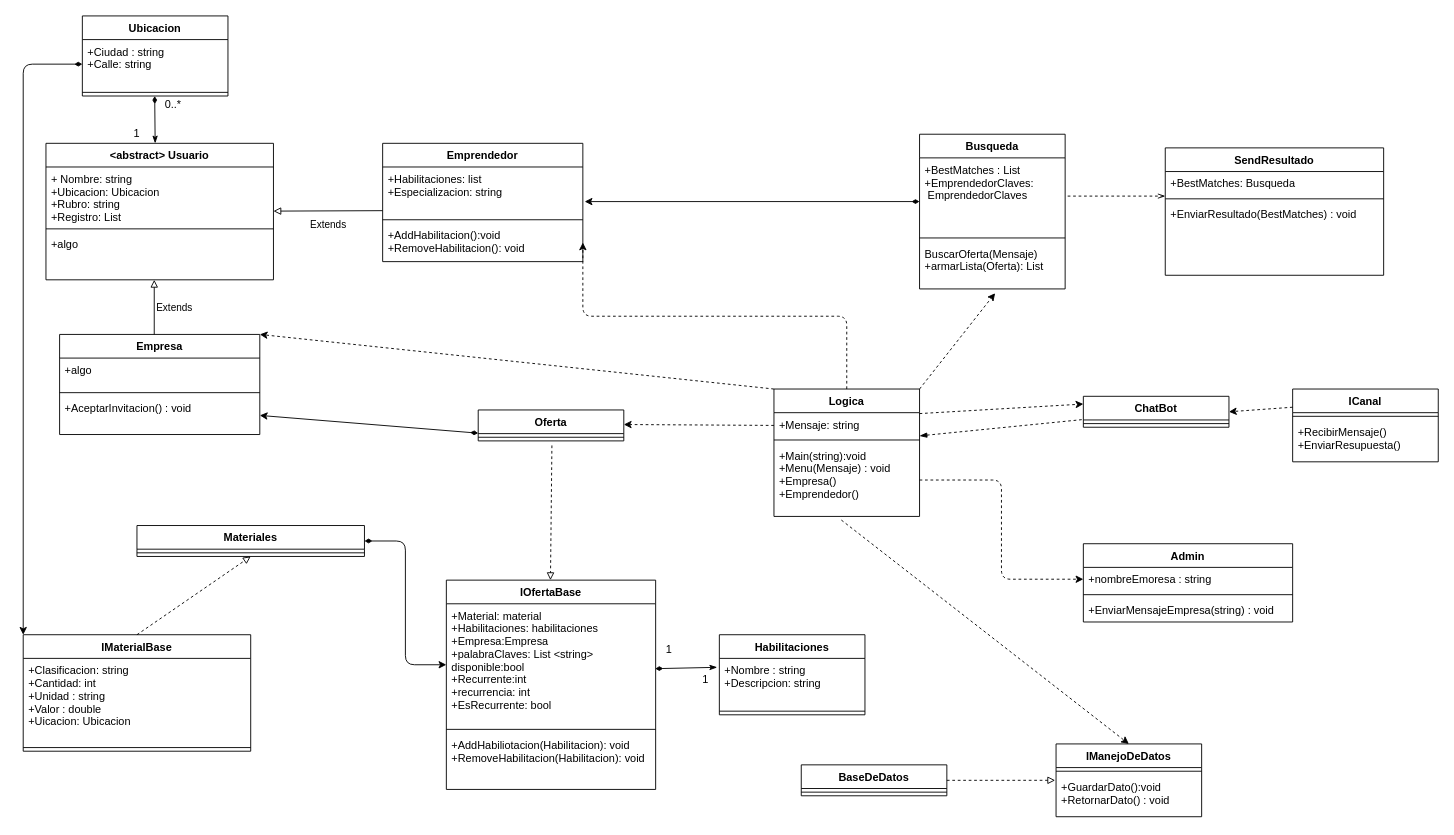
Above: docs/TelegramBotUML.drawio in dodekaucu/PII_TelegramBot_Project (draw.io), before the change. Source tidied: cells renumbered, new cells numbered last; positions are measured from the earlier drawing's top-left corner, leaving out a move shared by most shapes. Both pictures are drawn from the tidied source at 91%, with x=0, y=0 at pixel (23, 15).
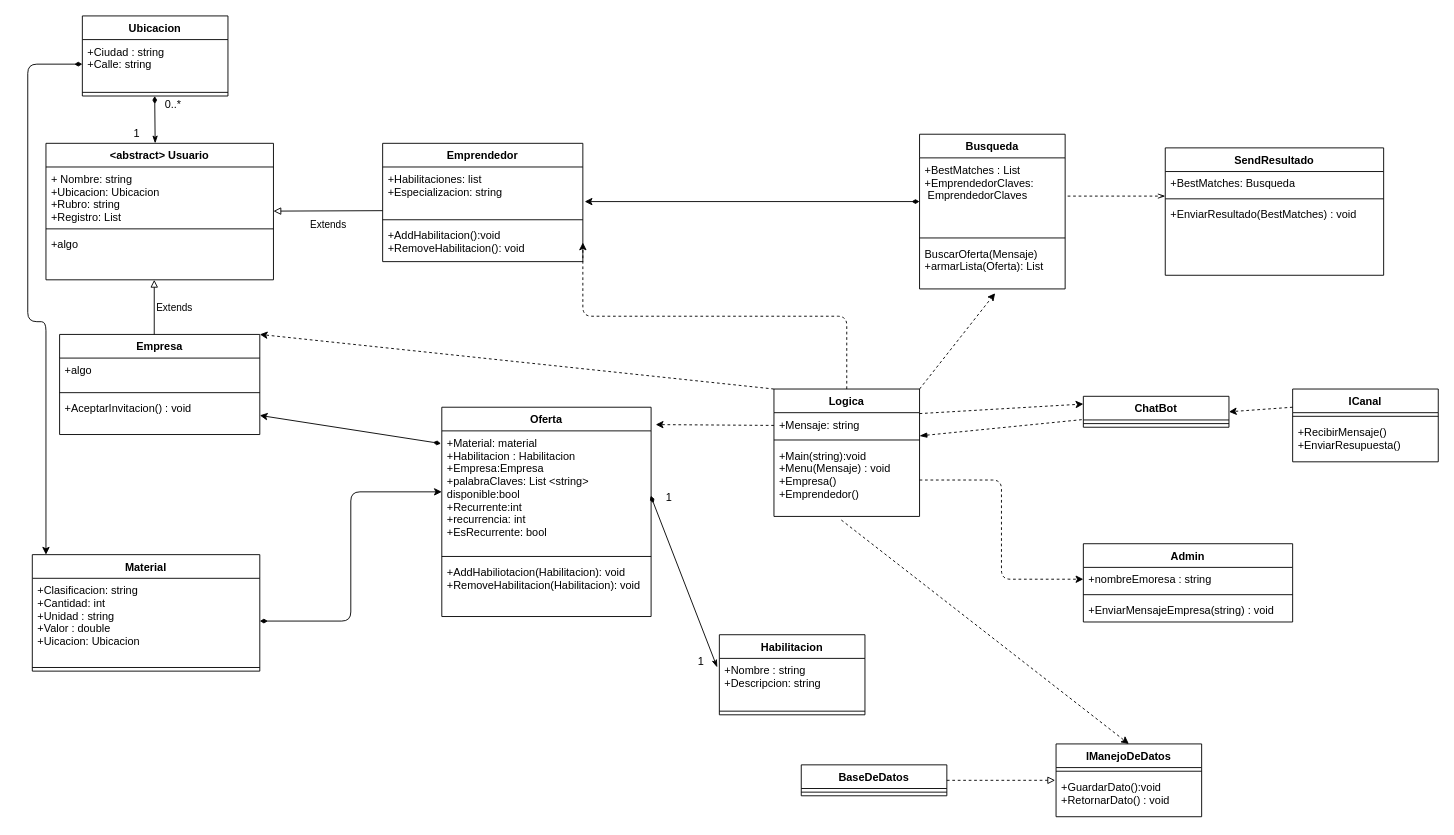
The same diagram, later.

Unchanged cells that the change refers to:
```xml
<mxCell id="13" value="+AceptarInvitacion() : void" style="text;strokeColor=none;fillColor=none;align=left;verticalAlign=top;spacingLeft=4;spacingRight=4;overflow=hidden;points=[[0,0.5],[1,0.5]];portConstraint=eastwest;" parent="10" vertex="1">
  <mxGeometry y="68" width="220" height="42" as="geometry" />
</mxCell>
<mxCell id="15" value="+Ciudad : string&#10;+Calle: string" style="text;strokeColor=none;fillColor=none;align=left;verticalAlign=top;spacingLeft=4;spacingRight=4;overflow=hidden;points=[[0,0.5],[1,0.5]];portConstraint=eastwest;" parent="14" vertex="1">
  <mxGeometry y="26" width="160" height="54" as="geometry" />
</mxCell>
<mxCell id="27" value="+Clasificacion: string&#10;+Cantidad: int&#10;+Unidad : string&#10;+Valor : double&#10;+Uicacion: Ubicacion" style="text;strokeColor=none;fillColor=none;align=left;verticalAlign=top;spacingLeft=4;spacingRight=4;overflow=hidden;points=[[0,0.5],[1,0.5]];portConstraint=eastwest;" parent="26" vertex="1">
  <mxGeometry y="26" width="250" height="94" as="geometry" />
</mxCell>
```

Diff of the diagram source:
```diff
@@
-    <mxCell id="24" value="Materiales" style="swimlane;fontStyle=1;align=center;verticalAlign=top;horizontal=1;startSize=26;" parent="1" vertex="1">
-      <mxGeometry x="125" y="560" width="250" height="34" as="geometry" />
-    </mxCell>
-    <mxCell id="25" style="line;strokeWidth=1;fillColor=none;align=left;verticalAlign=middle;spacingTop=-1;spacingLeft=3;spacingRight=3;labelPosition=right;" parent="24" vertex="1">
-      <mxGeometry y="26" width="250" height="8" as="geometry" />
-    </mxCell>
-    <mxCell id="26" value="IMaterialBase" style="swimlane;fontStyle=1;align=center;verticalAlign=top;horizontal=1;startSize=26;" parent="1" vertex="1">
-      <mxGeometry y="680" width="250" height="128" as="geometry" />
+    <mxCell id="26" value="Material" style="swimlane;fontStyle=1;align=center;verticalAlign=top;horizontal=1;startSize=26;" parent="1" vertex="1">
+      <mxGeometry x="10" y="592" width="250" height="128" as="geometry" />
     </mxCell>
@@
-    <mxCell id="29" value="IOfertaBase" style="swimlane;fontStyle=1;align=center;verticalAlign=top;horizontal=1;startSize=26;" parent="1" vertex="1">
-      <mxGeometry x="465" y="620" width="230" height="230" as="geometry" />
+    <mxCell id="29" value="Oferta" style="swimlane;fontStyle=1;align=center;verticalAlign=top;horizontal=1;startSize=26;" parent="1" vertex="1">
+      <mxGeometry x="460" y="430" width="230" height="230" as="geometry" />
     </mxCell>
-    <mxCell id="30" value="+Material: material&#10;+Habilitaciones: habilitaciones&#10;+Empresa:Empresa&#10;+palabraClaves: List &lt;string&gt;&#10;disponible:bool&#10;+Recurrente:int&#10;+recurrencia: int&#10;+EsRecurrente: bool&#10;" style="text;strokeColor=none;fillColor=none;align=left;verticalAlign=top;spacingLeft=4;spacingRight=4;overflow=hidden;points=[[0,0.5],[1,0.5]];portConstraint=eastwest;" parent="29" vertex="1">
+    <mxCell id="30" value="+Material: material&#10;+Habilitacion : Habilitacion&#10;+Empresa:Empresa&#10;+palabraClaves: List &lt;string&gt;&#10;disponible:bool&#10;+Recurrente:int&#10;+recurrencia: int&#10;+EsRecurrente: bool&#10;" style="text;strokeColor=none;fillColor=none;align=left;verticalAlign=top;spacingLeft=4;spacingRight=4;overflow=hidden;points=[[0,0.5],[1,0.5]];portConstraint=eastwest;" parent="29" vertex="1">
       <mxGeometry y="26" width="230" height="134" as="geometry" />
     </mxCell>
@@
-    <mxCell id="45" value="Habilitaciones" style="swimlane;fontStyle=1;align=center;verticalAlign=top;horizontal=1;startSize=26;" parent="1" vertex="1">
+    <mxCell id="45" value="Habilitacion" style="swimlane;fontStyle=1;align=center;verticalAlign=top;horizontal=1;startSize=26;" parent="1" vertex="1">
       <mxGeometry x="765" y="680" width="160" height="88" as="geometry" />
     </mxCell>
@@
-    <mxCell id="48" style="endArrow=block;html=1;startArrow=none;startFill=0;endFill=0;exitX=0.506;exitY=1.077;exitDx=0;exitDy=0;exitPerimeter=0;dashed=1;" parent="1" edge="1">
-      <mxGeometry relative="1" as="geometry">
-        <mxPoint x="581" y="472" as="sourcePoint" />
-        <mxPoint x="579.4" y="620" as="targetPoint" />
-      </mxGeometry>
-    </mxCell>
@@
     <mxCell id="50" value="1" style="text;html=1;strokeColor=none;fillColor=none;align=center;verticalAlign=middle;whiteSpace=wrap;rounded=0;rotation=0;" parent="1" vertex="1">
-      <mxGeometry x="730" y="720" width="40" height="20" as="geometry" />
+      <mxGeometry x="725" y="700" width="40" height="20" as="geometry" />
     </mxCell>
     <mxCell id="51" value="1" style="text;html=1;strokeColor=none;fillColor=none;align=center;verticalAlign=middle;whiteSpace=wrap;rounded=0;rotation=0;" parent="1" vertex="1">
-      <mxGeometry x="690" y="687" width="40" height="20" as="geometry" />
+      <mxGeometry x="690" y="520" width="40" height="20" as="geometry" />
     </mxCell>
-    <mxCell id="52" style="endArrow=classic;html=1;exitX=1;exitY=0.5;exitDx=0;exitDy=0;edgeStyle=elbowEdgeStyle;entryX=0;entryY=0.5;entryDx=0;entryDy=0;startArrow=diamondThin;startFill=1;" parent="1" edge="1" source="24" target="30">
+    <mxCell id="52" style="endArrow=classic;html=1;edgeStyle=elbowEdgeStyle;entryX=0;entryY=0.5;entryDx=0;entryDy=0;startArrow=diamondThin;startFill=1;exitX=1;exitY=0.5;exitDx=0;exitDy=0;" parent="1" edge="1" source="27" target="30">
       <mxGeometry relative="1" as="geometry" />
     </mxCell>
-    <mxCell id="53" value="Oferta" style="swimlane;fontStyle=1;align=center;verticalAlign=top;horizontal=1;startSize=26;" parent="1" vertex="1">
-      <mxGeometry x="500" y="433" width="160" height="34" as="geometry" />
-    </mxCell>
-    <mxCell id="54" style="line;strokeWidth=1;fillColor=none;align=left;verticalAlign=middle;spacingTop=-1;spacingLeft=3;spacingRight=3;labelPosition=right;" parent="53" vertex="1">
-      <mxGeometry y="26" width="160" height="8" as="geometry" />
-    </mxCell>
-    <mxCell id="55" style="endArrow=block;html=1;exitX=0.5;exitY=0;exitDx=0;exitDy=0;endFill=0;entryX=0.5;entryY=1;entryDx=0;entryDy=0;dashed=1;" parent="1" edge="1" source="26" target="24">
-      <mxGeometry relative="1" as="geometry" />
-    </mxCell>
@@
-    <mxCell id="60" style="endArrow=classic;html=1;exitX=0;exitY=0.75;exitDx=0;exitDy=0;entryX=1;entryY=0.5;entryDx=0;entryDy=0;startArrow=diamondThin;startFill=1;" parent="1" edge="1" source="53" target="13">
+    <mxCell id="60" style="endArrow=classic;html=1;entryX=1;entryY=0.5;entryDx=0;entryDy=0;startArrow=diamondThin;startFill=1;exitX=-0.004;exitY=0.104;exitDx=0;exitDy=0;exitPerimeter=0;" parent="1" edge="1" source="30" target="13">
       <mxGeometry relative="1" as="geometry" />
     </mxCell>
@@
-    <mxCell id="77" style="endArrow=classic;html=1;dashed=1;entryX=1;entryY=0.5;entryDx=0;entryDy=0;" parent="1" edge="1">
+    <mxCell id="77" style="endArrow=classic;html=1;dashed=1;entryX=1.022;entryY=0.083;entryDx=0;entryDy=0;entryPerimeter=0;" parent="1" edge="1" target="29">
       <mxGeometry relative="1" as="geometry">
         <mxPoint x="825" y="450" as="sourcePoint" />
-        <mxPoint x="660" y="449" as="targetPoint" />
       </mxGeometry>
     </mxCell>
@@
-    <mxCell id="83" style="endArrow=classic;html=1;exitX=0;exitY=0.5;exitDx=0;exitDy=0;edgeStyle=orthogonalEdgeStyle;elbow=vertical;startArrow=diamondThin;startFill=1;entryX=0;entryY=0;entryDx=0;entryDy=0;" parent="1" edge="1" source="15" target="26">
-      <mxGeometry relative="1" as="geometry" />
+    <mxCell id="83" style="endArrow=classic;html=1;exitX=0;exitY=0.5;exitDx=0;exitDy=0;edgeStyle=orthogonalEdgeStyle;elbow=vertical;startArrow=diamondThin;startFill=1;" parent="1" edge="1" source="15" target="26">
+      <mxGeometry relative="1" as="geometry">
+        <Array as="points">
+          <mxPoint x="5" y="53" />
+          <mxPoint x="5" y="336" />
+          <mxPoint x="25" y="336" />
+        </Array>
+      </mxGeometry>
     </mxCell>
```
